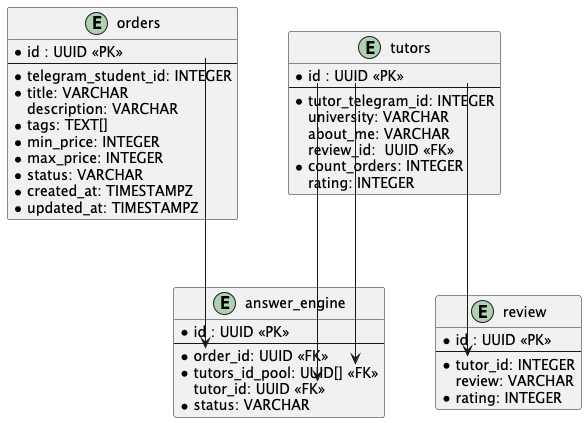
Earlier version of the PlantUML export services/docs/DB_er_diagram/LessonsDB.png (randnull/Lessons).
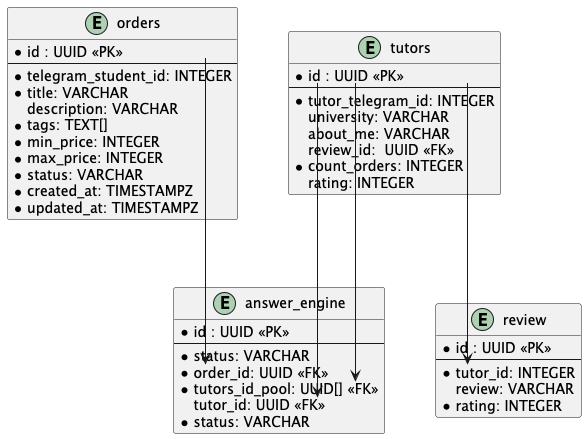
The same file after the commit.

Change to the diagram source:
```diff
@@ -30,6 +30,7 @@
 entity "answer_engine" as answer_engine_table {
   *id : UUID <<PK>>
   --
+  *status: VARCHAR
   *order_id: UUID <<FK>>
   *tutors_id_pool: UUID[] <<FK>>
   tutor_id: UUID <<FK>>
```
